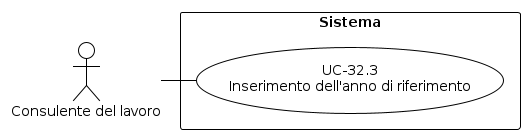
This is RTB/Analisi dei Requisiti/diagrammi_use_case/UC-32.3.png from aLittleByte-19/Documentazione, a PlantUML export, as it was before one commit. Source of this version:
```plantuml
@startuml
!theme plain
skinparam usecase {
  BackgroundColor white
  BorderColor black
}
skinparam actor {
  BackgroundColor white
  BorderColor black
}
skinparam rectangle {
  BackgroundColor white
  BorderColor black
}
top to bottom direction
actor "Consulente del lavoro" as C
rectangle "Sistema" {
  usecase "UC-32.3\nInserimento dell'anno di riferimento" as UC323
  C - UC323
}
@enduml
```
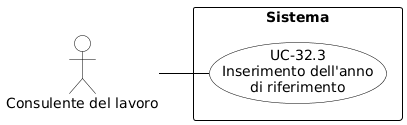
After the commit.

Diff of the diagram source:
```diff
@@ -1,21 +1,29 @@
 @startuml
-!theme plain
+skinparam shadowing false
+skinparam defaultFontName Arial
+left to right direction
+skinparam nodesep 15
+skinparam ranksep 50
+
 skinparam usecase {
-  BackgroundColor white
-  BorderColor black
+    BackgroundColor white
+    BorderColor black
+    ArrowColor black
 }
 skinparam actor {
-  BackgroundColor white
-  BorderColor black
+    BackgroundColor white
+    BorderColor black
 }
 skinparam rectangle {
-  BackgroundColor white
-  BorderColor black
+    BorderColor black
+    FontStyle bold
 }
-top to bottom direction
-actor "Consulente del lavoro" as C
+
+actor "Consulente del lavoro" as CL
+
 rectangle "Sistema" {
-  usecase "UC-32.3\nInserimento dell'anno di riferimento" as UC323
-  C - UC323
+    usecase "UC-32.3\nInserimento dell'anno\ndi riferimento" as UC32_3
 }
+
+CL -- UC32_3
 @enduml
```
